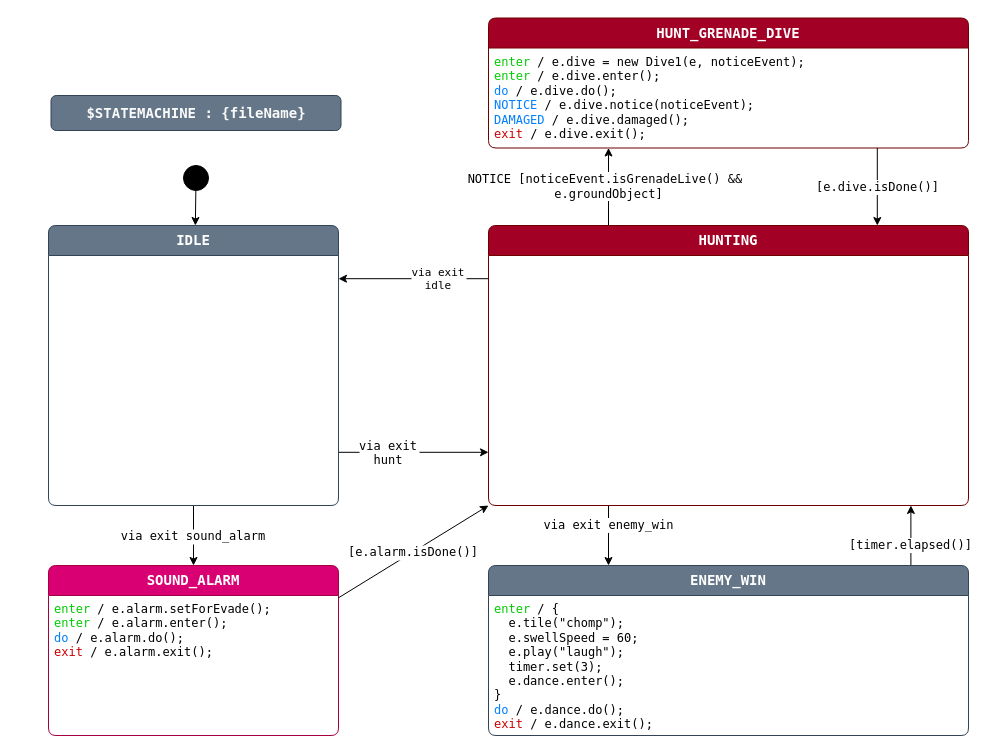
Before: page "design" (1 of 3) of enemy3/Enemy3Sm.drawio in adamfk/game-fsm-examples, a draw.io diagram. Source tidied: cells renumbered, new cells numbered last; positions are measured from the earlier drawing's top-left corner, leaving out a move shared by most shapes. Both pictures are drawn from the tidied source at 100%, with x=0, y=0 at pixel (48, 17).
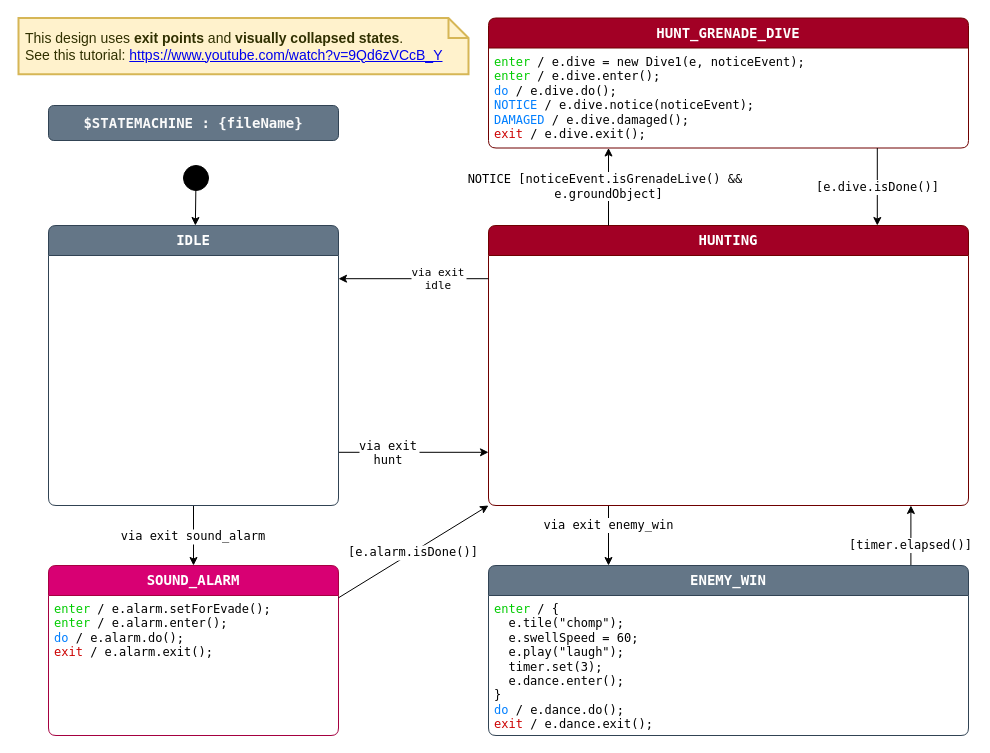
The same page after the edit.

What changed in the source:
```diff
@@
     <mxCell id="2" value="&lt;span style=&quot;color: rgb(250, 250, 250); font-family: &amp;quot;Lucida Console&amp;quot;; font-size: 14px; font-weight: 700; text-wrap: nowrap;&quot;&gt;$STATEMACHINE : {fileName}&lt;/span&gt;" style="rounded=1;whiteSpace=wrap;html=1;fillColor=#647687;fontColor=#ffffff;strokeColor=#314354;" parent="1" vertex="1">
-      <mxGeometry x="2.5" y="78" width="290" height="35" as="geometry" />
+      <mxGeometry y="88" width="290" height="35" as="geometry" />
     </mxCell>
@@
+    <mxCell id="21" value="This design uses&amp;nbsp;&lt;b&gt;exit points&lt;/b&gt; and &lt;b&gt;visually collapsed states&lt;/b&gt;.&lt;br&gt;See this tutorial:&amp;nbsp;&lt;a href=&quot;https://www.youtube.com/watch?v=9Qd6zVCcB_Y&quot;&gt;https://www.youtube.com/watch?v=9Qd6zVCcB_Y&lt;/a&gt;&amp;nbsp;&lt;br&gt;&lt;div&gt;&lt;/div&gt;" style="shape=note;strokeWidth=2;fontSize=14;size=20;whiteSpace=wrap;html=1;fillColor=#fff2cc;strokeColor=#d6b656;fontColor=#303000;align=left;spacingLeft=5;verticalAlign=middle;fontFamily=Helvetica;" parent="1" vertex="1">
+      <mxGeometry x="-30" y="0.5" width="450" height="56.2" as="geometry" />
+    </mxCell>
```
